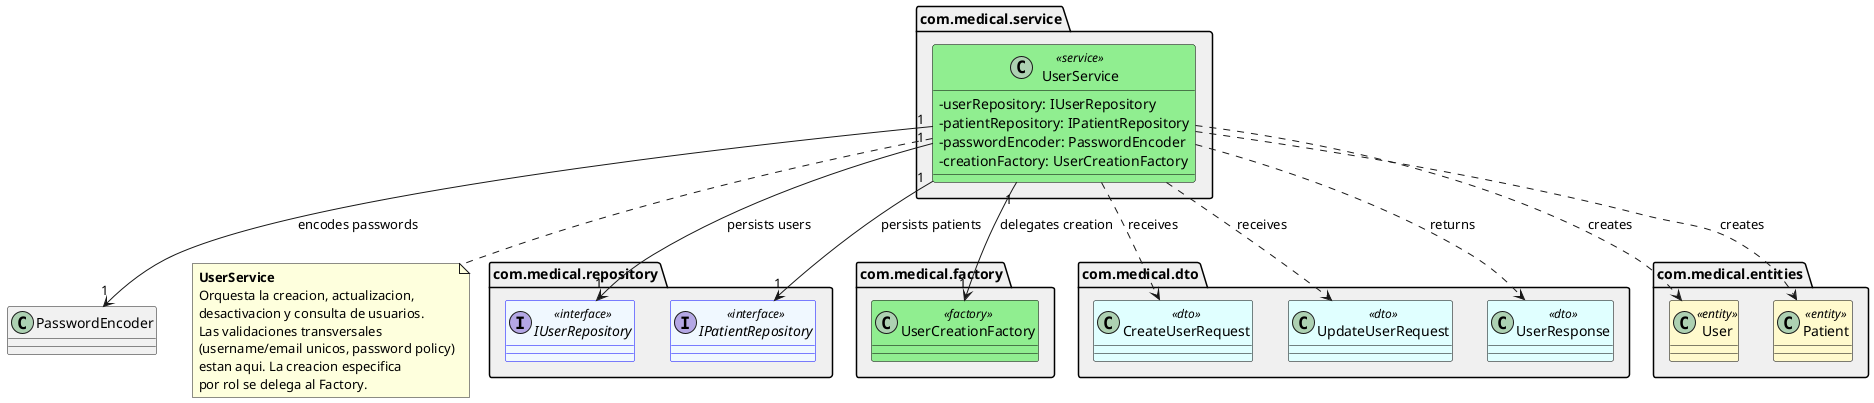
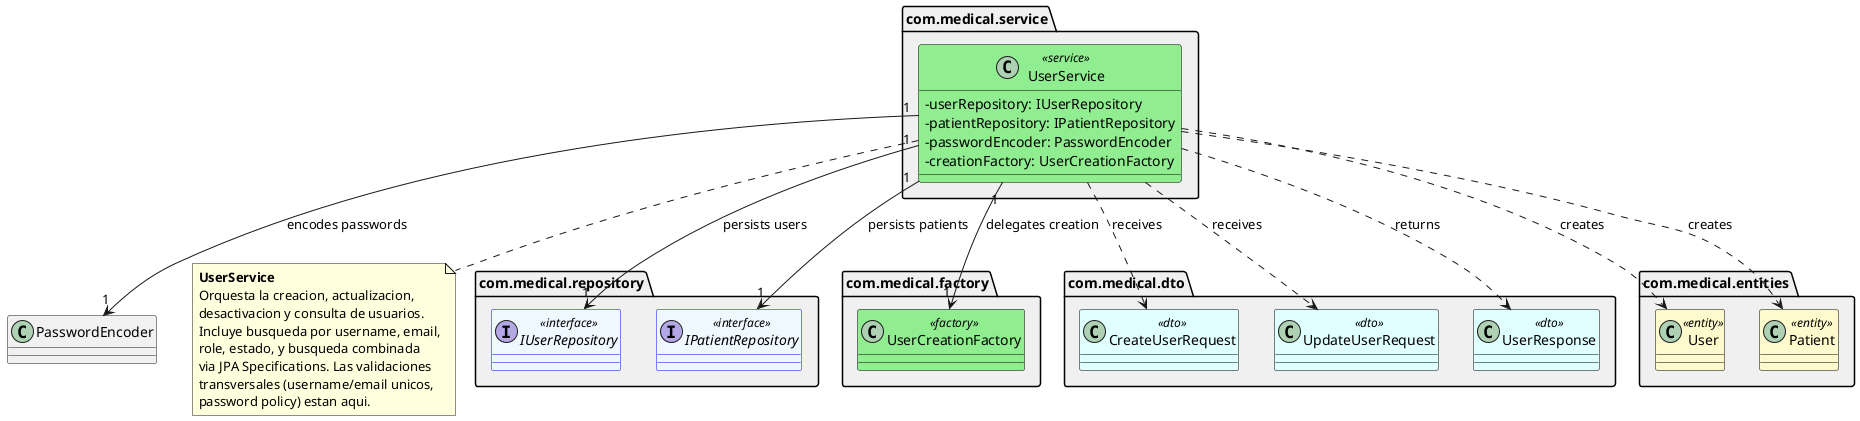
@startuml ServiceRelations
' ====================================================================
' Diagrama de clases - UserService
' Refleja EXACTAMENTE com.medical.service.
' ====================================================================

skinparam classAttributeIconSize 0
skinparam defaultFontName SansSerif

package "com.medical.service" as servicePkg #F0F0F0 {

  class UserService <<service>> #90EE90;line:Black {
    {field} -userRepository: IUserRepository
    {field} -patientRepository: IPatientRepository
    {field} -passwordEncoder: PasswordEncoder
    {field} -creationFactory: UserCreationFactory
  }

}

package "com.medical.repository" as repoPkg #F0F0F0 {
  interface IUserRepository <<interface>> #F0F8FF;line:blue
  interface IPatientRepository <<interface>> #F0F8FF;line:blue
}

package "com.medical.factory" as factoryPkg #F0F0F0 {
  class UserCreationFactory <<factory>> #90EE90;line:Black
}

package "com.medical.dto" as dtoPkg #F0F0F0 {
  class CreateUserRequest <<dto>> #E0FFFF;line:Black
  class UpdateUserRequest <<dto>> #E0FFFF;line:Black
  class UserResponse <<dto>> #E0FFFF;line:Black
}

package "com.medical.entities" as entityPkg #F0F0F0 {
  class User <<entity>> #FFFACD;line:Black
  class Patient <<entity>> #FFFACD;line:Black
}

' === DEPENDENCIES ===
UserService "1" --> "1" IUserRepository : "persists users"
UserService "1" --> "1" IPatientRepository : "persists patients"
UserService "1" --> "1" UserCreationFactory : "delegates creation"
UserService "1" --> "1" PasswordEncoder : "encodes passwords"

UserService ..> CreateUserRequest : "receives"
UserService ..> UpdateUserRequest : "receives"
UserService ..> UserResponse : "returns"

UserService ..> User : "creates"
UserService ..> Patient : "creates"

note bottom of UserService
  **UserService**
  Orquesta la creacion, actualizacion,
  desactivacion y consulta de usuarios.
-   Las validaciones transversales
-   (username/email unicos, password policy)
-   estan aqui. La creacion especifica
-   por rol se delega al Factory.
+   Incluye busqueda por username, email,
+   role, estado, y busqueda combinada
+   via JPA Specifications. Las validaciones
+   transversales (username/email unicos,
+   password policy) estan aqui.
end note

@enduml
